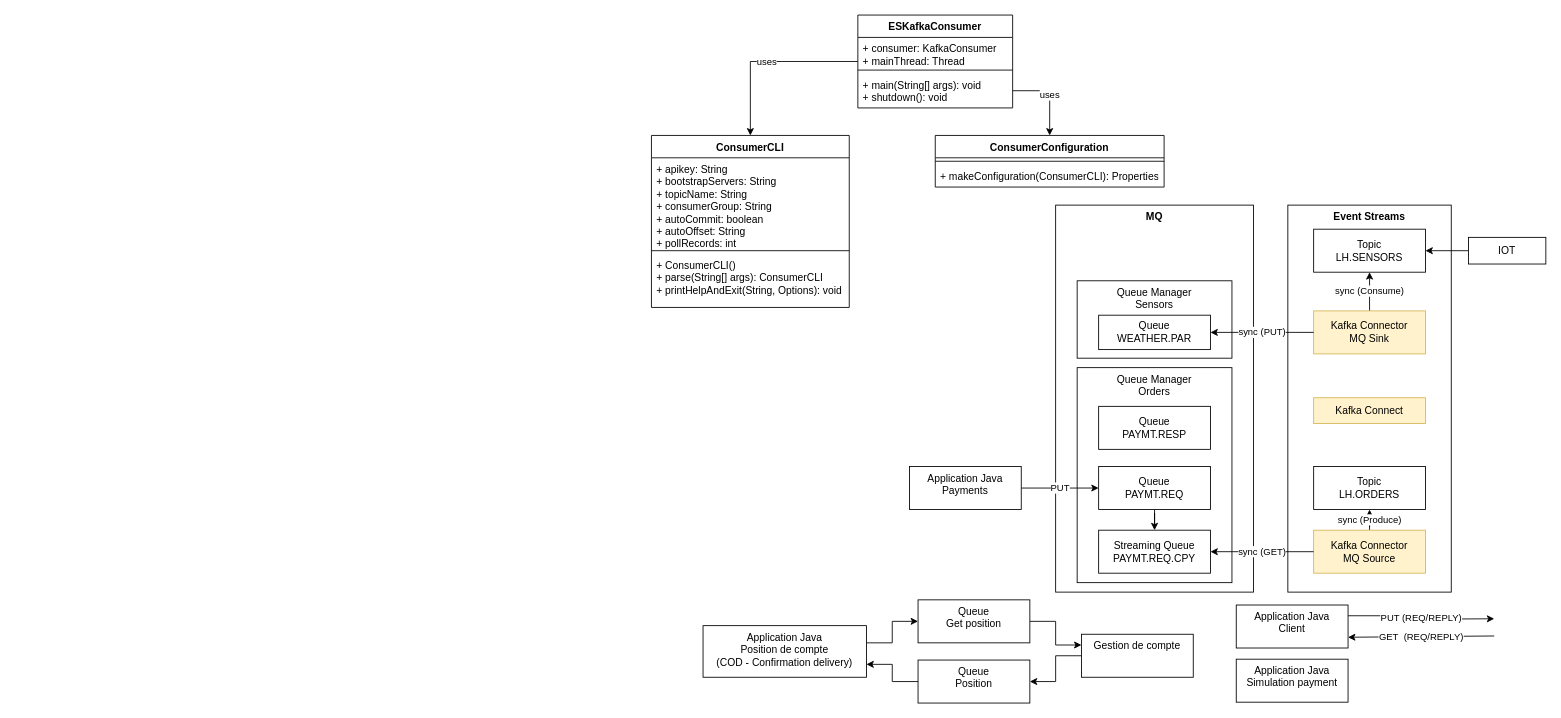
Earlier version of the draw.io diagram page "ES" (11 of 13) of doc/design.drawio (ADesprets/cp4i-install). Source tidied: cells renumbered, new cells numbered last; positions are measured from the earlier drawing's top-left corner, leaving out a move shared by most shapes. Both pictures are drawn from the tidied source at 86%, with x=0, y=0 at pixel (651, 15).
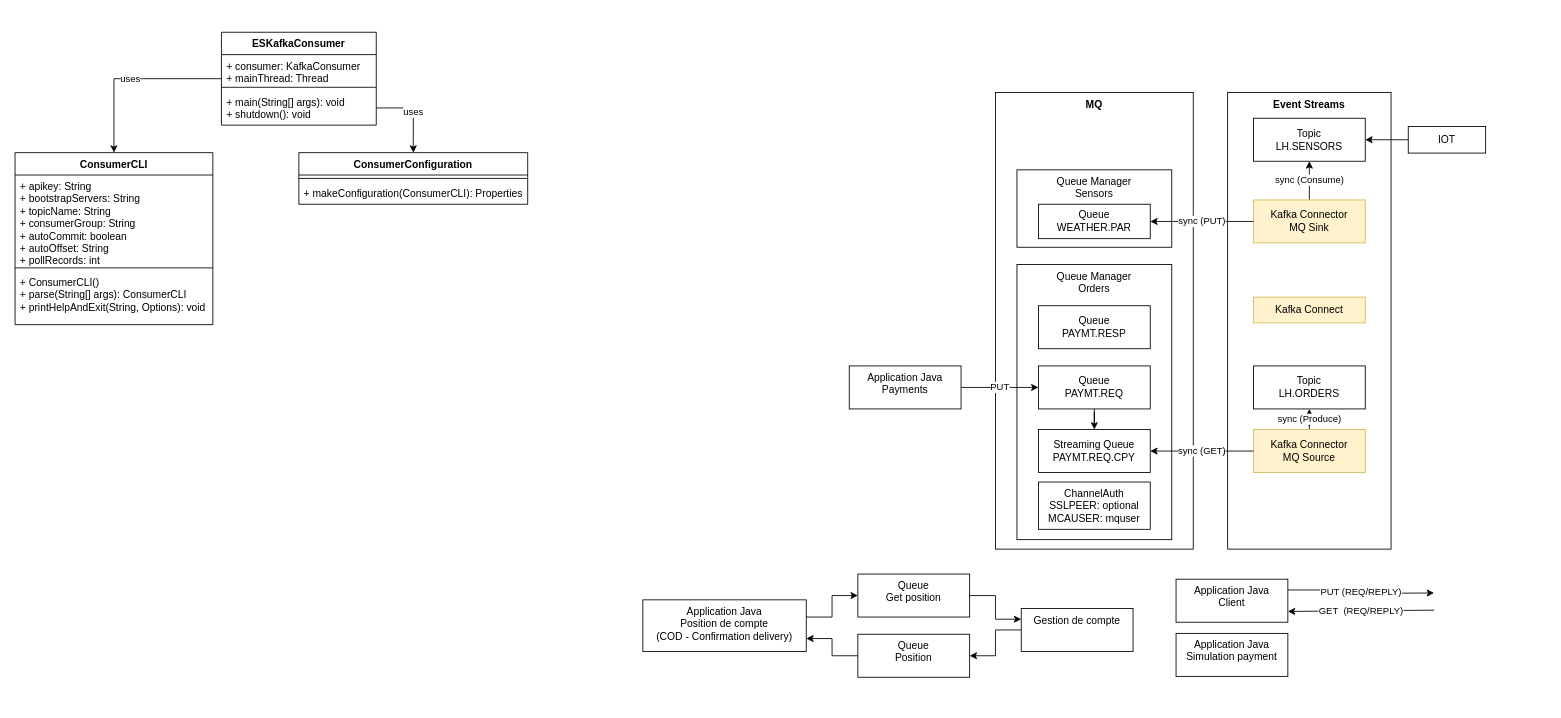
The same diagram, later.

What changed in the source:
```diff
@@
     <mxCell id="2" value="ConsumerCLI" style="swimlane;fontStyle=1;align=center;verticalAlign=top;horizontal=1;startSize=26;whiteSpace=wrap;html=1;" parent="1" vertex="1">
-      <mxGeometry y="140" width="230" height="200" as="geometry" />
+      <mxGeometry x="-740" y="160" width="230" height="200" as="geometry" />
     </mxCell>
@@
     <mxCell id="6" value="ConsumerConfiguration" style="swimlane;fontStyle=1;align=center;verticalAlign=top;horizontal=1;startSize=26;whiteSpace=wrap;html=1;" parent="1" vertex="1">
-      <mxGeometry x="330" y="140" width="266.1" height="60" as="geometry" />
+      <mxGeometry x="-410" y="160" width="266.1" height="60" as="geometry" />
     </mxCell>
@@
     <mxCell id="10" value="ESKafkaConsumer" style="swimlane;fontStyle=1;align=center;verticalAlign=top;horizontal=1;startSize=26;whiteSpace=wrap;html=1;" parent="1" vertex="1">
-      <mxGeometry x="240" width="180" height="108" as="geometry" />
+      <mxGeometry x="-500" y="20" width="180" height="108" as="geometry" />
     </mxCell>
@@
     <mxCell id="15" value="Event Streams" style="rounded=0;whiteSpace=wrap;html=1;verticalAlign=top;fontStyle=1;" parent="1" vertex="1">
-      <mxGeometry x="740" y="221" width="190" height="450" as="geometry" />
+      <mxGeometry x="670" y="90" width="190" height="531" as="geometry" />
     </mxCell>
     <mxCell id="16" value="MQ" style="rounded=0;whiteSpace=wrap;html=1;verticalAlign=top;fontStyle=1;" parent="1" vertex="1">
-      <mxGeometry x="470" y="221" width="230" height="450" as="geometry" />
+      <mxGeometry x="400" y="90" width="230" height="531" as="geometry" />
     </mxCell>
     <mxCell id="17" value="Topic&lt;div&gt;LH.SENSORS&lt;/div&gt;" style="rounded=0;whiteSpace=wrap;html=1;verticalAlign=middle;" parent="1" vertex="1">
-      <mxGeometry x="770" y="249" width="130" height="50" as="geometry" />
+      <mxGeometry x="700" y="120" width="130" height="50" as="geometry" />
     </mxCell>
     <mxCell id="18" value="Topic&lt;div&gt;LH.ORDERS&lt;/div&gt;" style="rounded=0;whiteSpace=wrap;html=1;verticalAlign=middle;" parent="1" vertex="1">
-      <mxGeometry x="770" y="525" width="130" height="50" as="geometry" />
+      <mxGeometry x="700" y="408" width="130" height="50" as="geometry" />
     </mxCell>
@@
     <mxCell id="20" value="Kafka Connector&lt;div&gt;MQ Sink&lt;/div&gt;" style="rounded=0;whiteSpace=wrap;html=1;verticalAlign=middle;fillColor=#fff2cc;strokeColor=#d6b656;" parent="1" vertex="1">
-      <mxGeometry x="770" y="344" width="130" height="50" as="geometry" />
+      <mxGeometry x="700" y="215" width="130" height="50" as="geometry" />
     </mxCell>
@@
     <mxCell id="22" value="Kafka Connector&lt;div&gt;MQ Source&lt;/div&gt;" style="rounded=0;whiteSpace=wrap;html=1;verticalAlign=middle;fillColor=#fff2cc;strokeColor=#d6b656;" parent="1" vertex="1">
-      <mxGeometry x="770" y="599" width="130" height="50" as="geometry" />
+      <mxGeometry x="700" y="482" width="130" height="50" as="geometry" />
     </mxCell>
     <mxCell id="23" value="Queue Manager&lt;div&gt;Orders&lt;/div&gt;" style="rounded=0;whiteSpace=wrap;html=1;verticalAlign=top;" parent="1" vertex="1">
-      <mxGeometry x="495" y="410" width="180" height="250" as="geometry" />
+      <mxGeometry x="425" y="290" width="180" height="320" as="geometry" />
     </mxCell>
@@
     <mxCell id="25" value="Queue&lt;div&gt;PAYMT.REQ&lt;/div&gt;" style="rounded=0;whiteSpace=wrap;html=1;verticalAlign=middle;" parent="1" vertex="1">
-      <mxGeometry x="520" y="525" width="130" height="50" as="geometry" />
+      <mxGeometry x="450" y="408" width="130" height="50" as="geometry" />
     </mxCell>
     <mxCell id="26" value="GET&amp;nbsp;&amp;nbsp;(REQ/REPLY)" style="rounded=0;jettySize=auto;html=1;entryX=1;entryY=0.75;entryDx=0;entryDy=0;" parent="1" edge="1" target="28">
       <mxGeometry relative="1" as="geometry">
-        <mxPoint x="980" y="722" as="sourcePoint" />
+        <mxPoint x="910" y="692" as="sourcePoint" />
       </mxGeometry>
     </mxCell>
     <mxCell id="27" value="PUT (REQ/REPLY)" style="edgeStyle=orthogonalEdgeStyle;rounded=0;jettySize=auto;html=1;exitX=1;exitY=0.25;exitDx=0;exitDy=0;" parent="1" edge="1" source="28">
       <mxGeometry relative="1" as="geometry">
-        <mxPoint x="980" y="702" as="targetPoint" />
+        <mxPoint x="910" y="672" as="targetPoint" />
       </mxGeometry>
     </mxCell>
     <mxCell id="28" value="Application Java&lt;div&gt;Client&lt;/div&gt;" style="rounded=0;whiteSpace=wrap;html=1;verticalAlign=top;" parent="1" vertex="1">
-      <mxGeometry x="680" y="686" width="130" height="50" as="geometry" />
+      <mxGeometry x="610" y="656" width="130" height="50" as="geometry" />
     </mxCell>
@@
     <mxCell id="30" value="Queue Manager&lt;div&gt;Sensors&lt;/div&gt;" style="rounded=0;whiteSpace=wrap;html=1;verticalAlign=top;" parent="1" vertex="1">
-      <mxGeometry x="495" y="309" width="180" height="90" as="geometry" />
+      <mxGeometry x="425" y="180" width="180" height="90" as="geometry" />
     </mxCell>
     <mxCell id="31" value="Queue&lt;div&gt;WEATHER.PAR&lt;/div&gt;" style="rounded=0;whiteSpace=wrap;html=1;verticalAlign=middle;" parent="1" vertex="1">
-      <mxGeometry x="520" y="349" width="130" height="40" as="geometry" />
+      <mxGeometry x="450" y="220" width="130" height="40" as="geometry" />
     </mxCell>
     <mxCell id="32" style="edgeStyle=orthogonalEdgeStyle;rounded=0;jettySize=auto;html=1;entryX=0;entryY=0.5;entryDx=0;entryDy=0;" parent="1" edge="1" source="33" target="35">
       <mxGeometry relative="1" as="geometry">
         <Array as="points">
-          <mxPoint x="280" y="730" />
-          <mxPoint x="280" y="705" />
+          <mxPoint x="210" y="700" />
+          <mxPoint x="210" y="675" />
         </Array>
       </mxGeometry>
     </mxCell>
     <mxCell id="33" value="Application Java&lt;div&gt;Position de compte&lt;/div&gt;&lt;div&gt;(COD - Confirmation delivery)&lt;/div&gt;" style="rounded=0;whiteSpace=wrap;html=1;verticalAlign=top;" parent="1" vertex="1">
-      <mxGeometry x="60" y="710" width="190" height="60" as="geometry" />
+      <mxGeometry x="-10" y="680" width="190" height="60" as="geometry" />
     </mxCell>
@@
     <mxCell id="35" value="Queue&lt;div&gt;Get position&lt;/div&gt;" style="rounded=0;whiteSpace=wrap;html=1;verticalAlign=top;" parent="1" vertex="1">
-      <mxGeometry x="310" y="680" width="130" height="50" as="geometry" />
+      <mxGeometry x="240" y="650" width="130" height="50" as="geometry" />
     </mxCell>
@@
     <mxCell id="37" value="Queue&lt;div&gt;P&lt;span style=&quot;background-color: transparent; color: light-dark(rgb(0, 0, 0), rgb(255, 255, 255));&quot;&gt;osition&lt;/span&gt;&lt;/div&gt;" style="rounded=0;whiteSpace=wrap;html=1;verticalAlign=top;" parent="1" vertex="1">
-      <mxGeometry x="310" y="750" width="130" height="50" as="geometry" />
+      <mxGeometry x="240" y="720" width="130" height="50" as="geometry" />
     </mxCell>
@@
     <mxCell id="39" value="Gestion de compte" style="rounded=0;whiteSpace=wrap;html=1;verticalAlign=top;" parent="1" vertex="1">
-      <mxGeometry x="500" y="720" width="130" height="50" as="geometry" />
+      <mxGeometry x="430" y="690" width="130" height="50" as="geometry" />
     </mxCell>
     <mxCell id="40" value="Application Java&lt;div&gt;Simulation payment&lt;/div&gt;" style="rounded=0;whiteSpace=wrap;html=1;verticalAlign=top;" parent="1" vertex="1">
-      <mxGeometry x="680" y="749" width="130" height="50" as="geometry" />
+      <mxGeometry x="610" y="719" width="130" height="50" as="geometry" />
     </mxCell>
@@
     <mxCell id="42" value="Application Java&lt;div&gt;Payments&lt;/div&gt;" style="rounded=0;whiteSpace=wrap;html=1;verticalAlign=top;" parent="1" vertex="1">
-      <mxGeometry x="300" y="525" width="130" height="50" as="geometry" />
+      <mxGeometry x="230" y="408" width="130" height="50" as="geometry" />
     </mxCell>
     <mxCell id="43" value="Streaming Queue&lt;div&gt;PAYMT.REQ.CPY&lt;/div&gt;" style="rounded=0;whiteSpace=wrap;html=1;verticalAlign=middle;" parent="1" vertex="1">
-      <mxGeometry x="520" y="599" width="130" height="50" as="geometry" />
+      <mxGeometry x="450" y="482" width="130" height="50" as="geometry" />
     </mxCell>
@@
     <mxCell id="45" value="IOT" style="rounded=0;whiteSpace=wrap;html=1;verticalAlign=middle;" parent="1" vertex="1">
-      <mxGeometry x="950" y="258.5" width="90" height="31" as="geometry" />
+      <mxGeometry x="880" y="129.5" width="90" height="31" as="geometry" />
     </mxCell>
@@
     <mxCell id="47" value="Kafka Connect" style="rounded=0;whiteSpace=wrap;html=1;verticalAlign=middle;fillColor=#fff2cc;strokeColor=#d6b656;" parent="1" vertex="1">
-      <mxGeometry x="770" y="445" width="130" height="30" as="geometry" />
+      <mxGeometry x="700" y="328" width="130" height="30" as="geometry" />
     </mxCell>
     <mxCell id="48" value="Queue&lt;div&gt;PAYMT.RESP&lt;/div&gt;" style="rounded=0;whiteSpace=wrap;html=1;verticalAlign=middle;" parent="1" vertex="1">
-      <mxGeometry x="520" y="455" width="130" height="50" as="geometry" />
+      <mxGeometry x="450" y="338" width="130" height="50" as="geometry" />
     </mxCell>
+    <mxCell id="49" value="ChannelAuth&lt;div&gt;SSLPEER: optional&lt;/div&gt;&lt;div&gt;MCAUSER: mquser&lt;/div&gt;" style="rounded=0;whiteSpace=wrap;html=1;verticalAlign=top;" parent="1" vertex="1">
+      <mxGeometry x="450" y="543" width="130" height="55" as="geometry" />
+    </mxCell>
```
